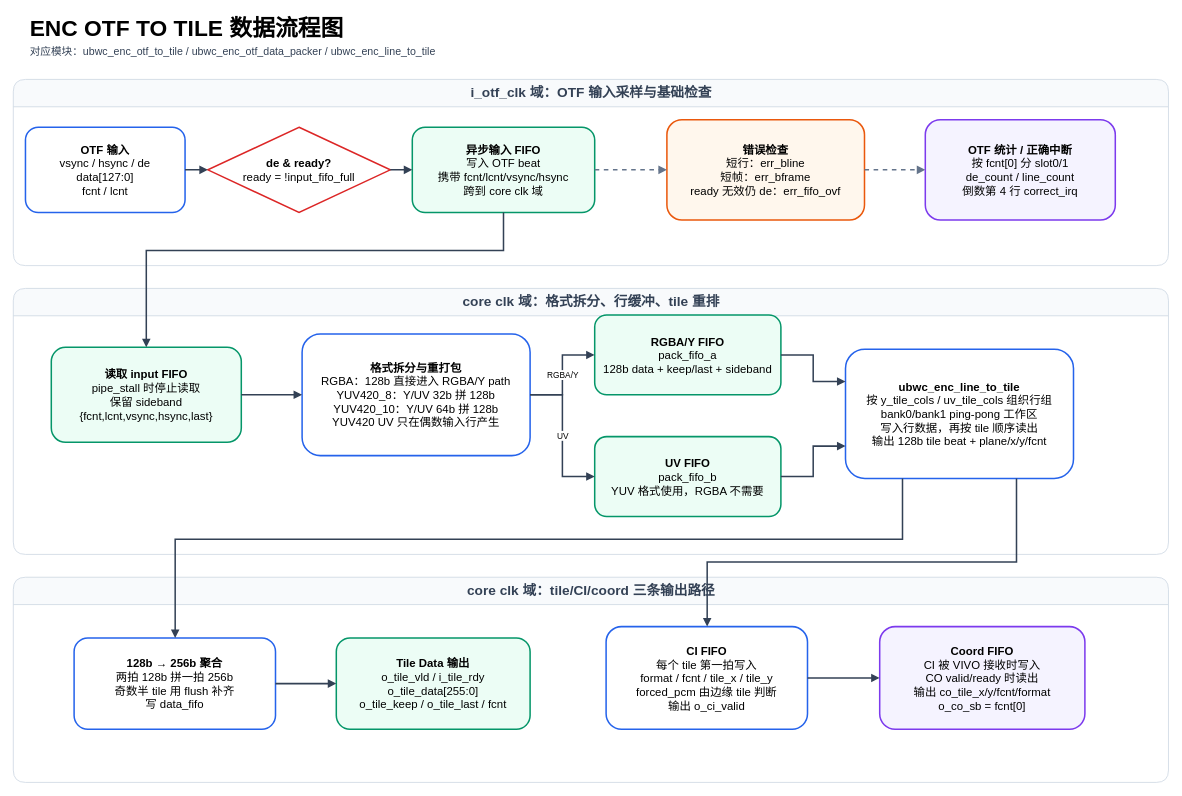
Above: docs/ubwc_otf_to_tile_flowchart_cn.drawio in luckymiaojw/ubwc (draw.io), before the change. Source tidied: cells renumbered, new cells numbered last; positions are measured from the earlier drawing's top-left corner, leaving out a move shared by most shapes. Both pictures are drawn from the tidied source at 76%, with x=0, y=0 at pixel (13, 13).
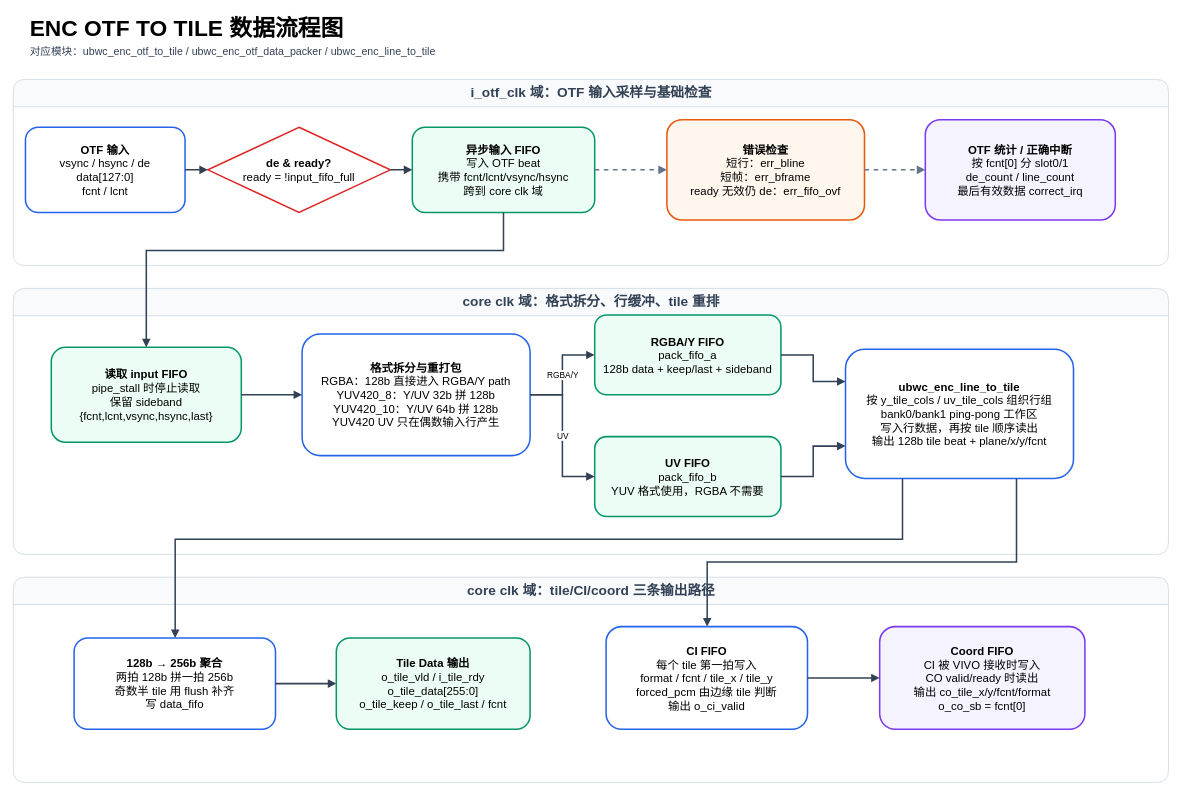
The same page after the edit.

What changed in the source:
```diff
@@
-    <mxCell id="10" value="&lt;b&gt;OTF 统计 / 正确中断&lt;/b&gt;&lt;br&gt;按 fcnt[0] 分 slot0/1&lt;br&gt;de_count / line_count&lt;br&gt;倒数第 4 行 correct_irq" style="rounded=1;whiteSpace=wrap;html=1;fillColor=#f5f3ff;strokeColor=#7c3aed;strokeWidth=2;fontSize=15;" parent="1" vertex="1">
+    <mxCell id="10" value="&lt;b&gt;OTF 统计 / 正确中断&lt;/b&gt;&lt;br&gt;按 fcnt[0] 分 slot0/1&lt;br&gt;de_count / line_count&lt;br&gt;最后有效数据 correct_irq" style="rounded=1;whiteSpace=wrap;html=1;fillColor=#f5f3ff;strokeColor=#7c3aed;strokeWidth=2;fontSize=15;" parent="1" vertex="1">
       <mxGeometry x="1200" y="140" width="250" height="132" as="geometry" />
     </mxCell>
```
